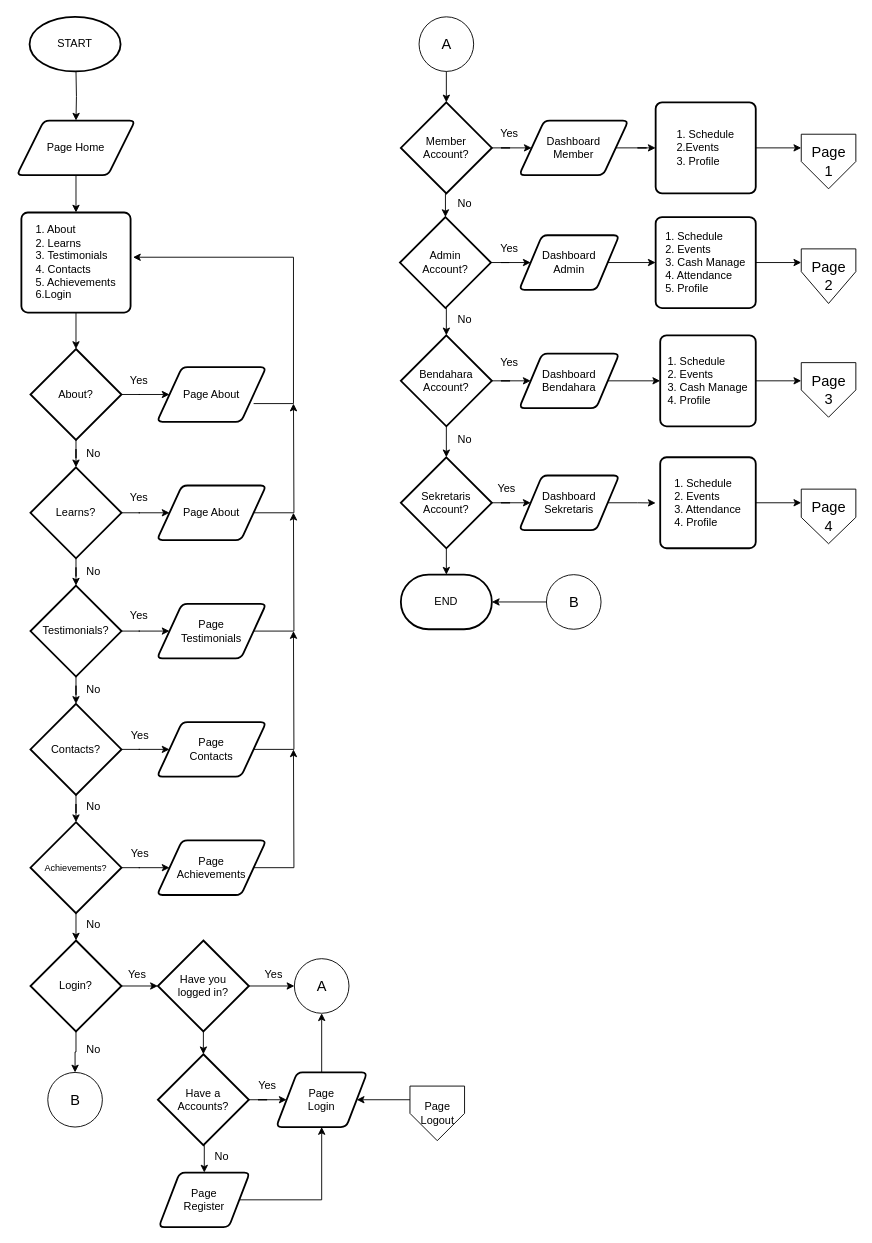
This is Syntax-Web.drawio from dapzz-id/DrawIO, a draw.io file, before an edit. Source tidied: cells renumbered, new cells numbered last; positions are measured from the earlier drawing's top-left corner, leaving out a move shared by most shapes. Both pictures are drawn from the tidied source at 91%, with x=0, y=0 at pixel (16, 16).
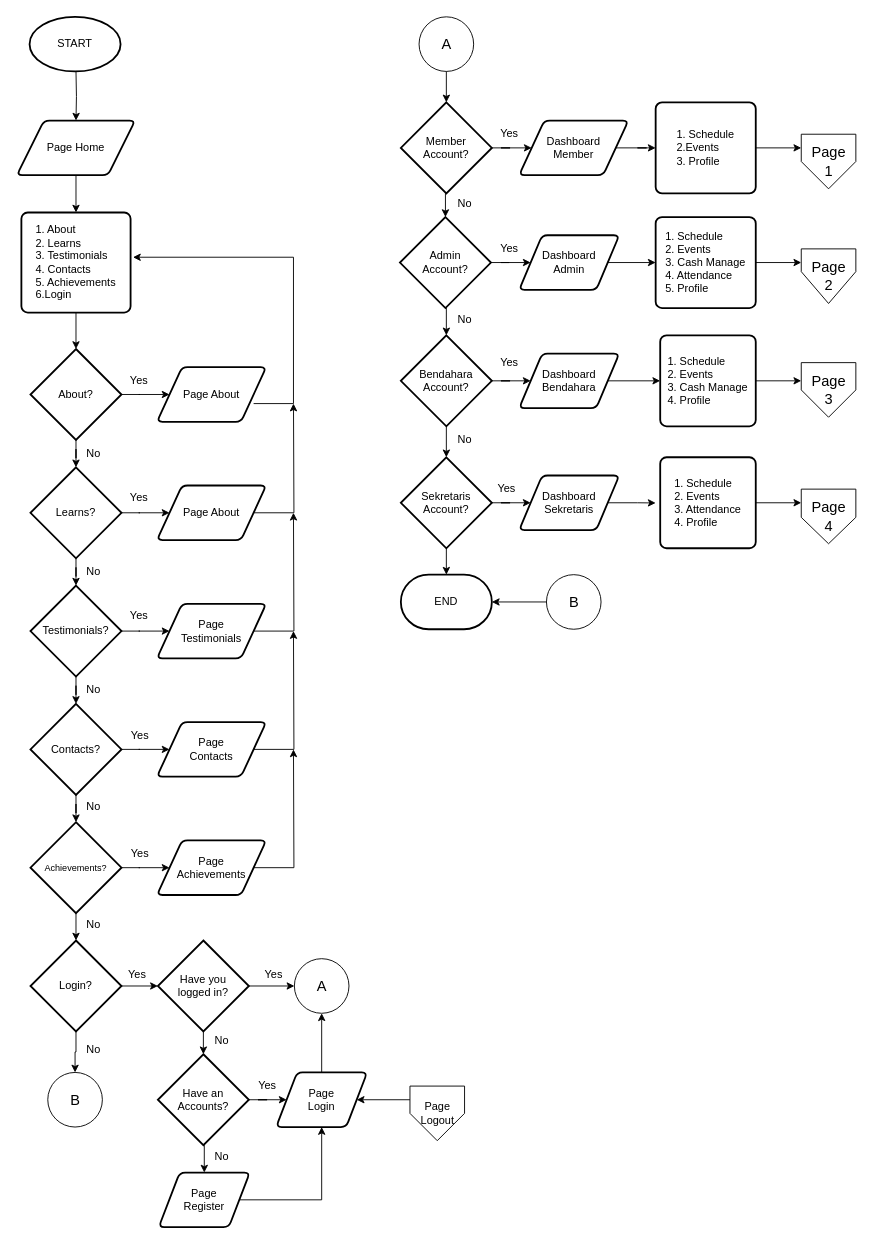
After the change.

The edit, as a diff of the source:
```diff
@@
-    <mxCell id="41" value="&lt;font style=&quot;font-size: 12px;&quot;&gt;Have a&lt;/font&gt;&lt;div&gt;&lt;font style=&quot;font-size: 12px;&quot;&gt;Accounts?&lt;/font&gt;&lt;/div&gt;" style="strokeWidth=2;html=1;shape=mxgraph.flowchart.decision;whiteSpace=wrap;labelBorderColor=none;" parent="1" vertex="1">
+    <mxCell id="41" value="&lt;font style=&quot;font-size: 12px;&quot;&gt;Have an&lt;/font&gt;&lt;div&gt;&lt;font style=&quot;font-size: 12px;&quot;&gt;Accounts?&lt;/font&gt;&lt;/div&gt;" style="strokeWidth=2;html=1;shape=mxgraph.flowchart.decision;whiteSpace=wrap;labelBorderColor=none;" parent="1" vertex="1">
       <mxGeometry x="155" y="1140" width="100" height="100" as="geometry" />
     </mxCell>
@@
+    <mxCell id="109" value="No" style="text;html=1;align=center;verticalAlign=middle;strokeColor=none;fillColor=none;" parent="1" vertex="1">
+      <mxGeometry x="205" y="1110" width="40" height="30" as="geometry" />
+    </mxCell>
```
